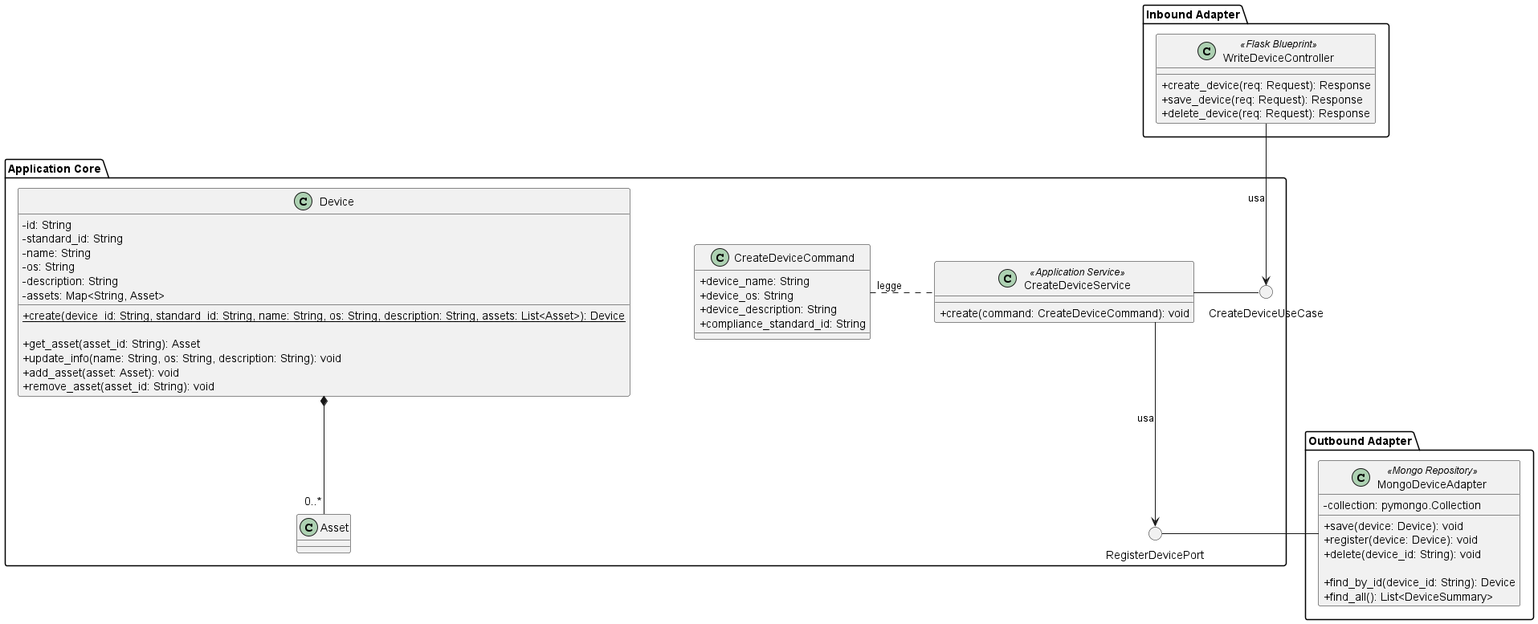
The PlantUML diagram src/PB/DocumentazioneEsterna/Specifica_Tecnica/content/uml/png/CreateDevice/CreateDevice.png in GroupRubberDuck/Documentazione, before a commit. Its diagram source:
```plantuml
@startuml CreateDevice
skinparam linetype ortho
skinparam nodesep 80
skinparam ranksep 80
skinparam classAttributeIconSize 0

package "Inbound Adapter"{
    !include InboundAdapters/WriteDeviceController.puml
}

package "Application Core" {
    () "CreateDeviceUseCase"

    class CreateDeviceCommand {
        + device_name: String
        + device_os: String
        + device_description: String
        + compliance_standard_id: String
    }

    !include ApplicationServices/CreateDeviceService.puml
    !include Domain/Device.puml
    () "RegisterDevicePort"
}

package "Outbound Adapter" {
    !include OutboundAdapters/MongoDeviceAdapter.puml
}

CreateDeviceService - CreateDeviceUseCase

CreateDeviceCommand . CreateDeviceService: legge

CreateDeviceService --> RegisterDevicePort: usa

WriteDeviceController --> CreateDeviceUseCase: usa
MongoDeviceAdapter - RegisterDevicePort

@enduml
```
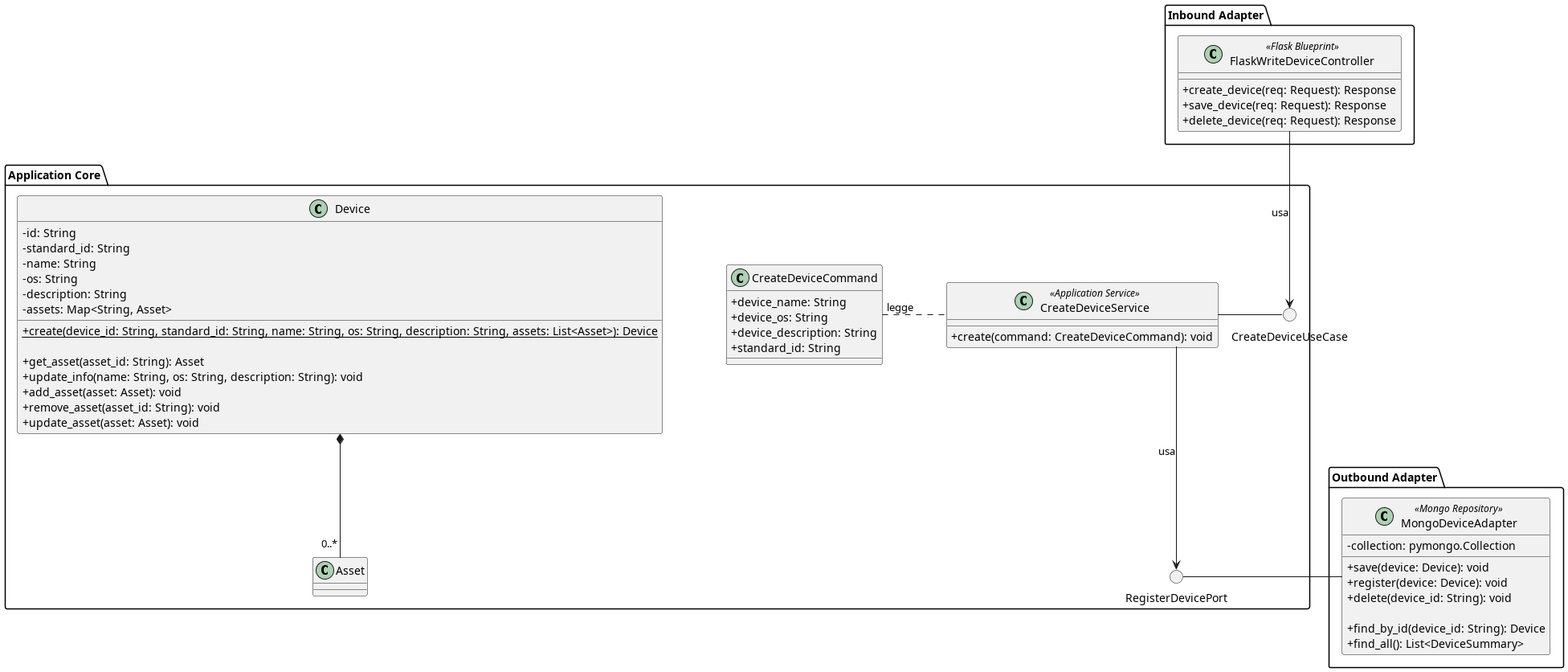
The same diagram one commit later.

Change to the diagram source:
```diff
@@ -5,18 +5,13 @@
 skinparam classAttributeIconSize 0
 
 package "Inbound Adapter"{
-    !include InboundAdapters/WriteDeviceController.puml
+    !include InboundAdapters/FlaskWriteDeviceController.puml
 }
 
 package "Application Core" {
     () "CreateDeviceUseCase"
 
-    class CreateDeviceCommand {
-        + device_name: String
-        + device_os: String
-        + device_description: String
-        + compliance_standard_id: String
-    }
+    !include Command/CreateDeviceCommand.puml
 
     !include ApplicationServices/CreateDeviceService.puml
     !include Domain/Device.puml
@@ -33,7 +28,7 @@
 
 CreateDeviceService --> RegisterDevicePort: usa
 
-WriteDeviceController --> CreateDeviceUseCase: usa
+FlaskWriteDeviceController --> CreateDeviceUseCase: usa
 MongoDeviceAdapter - RegisterDevicePort
 
 @enduml
```
